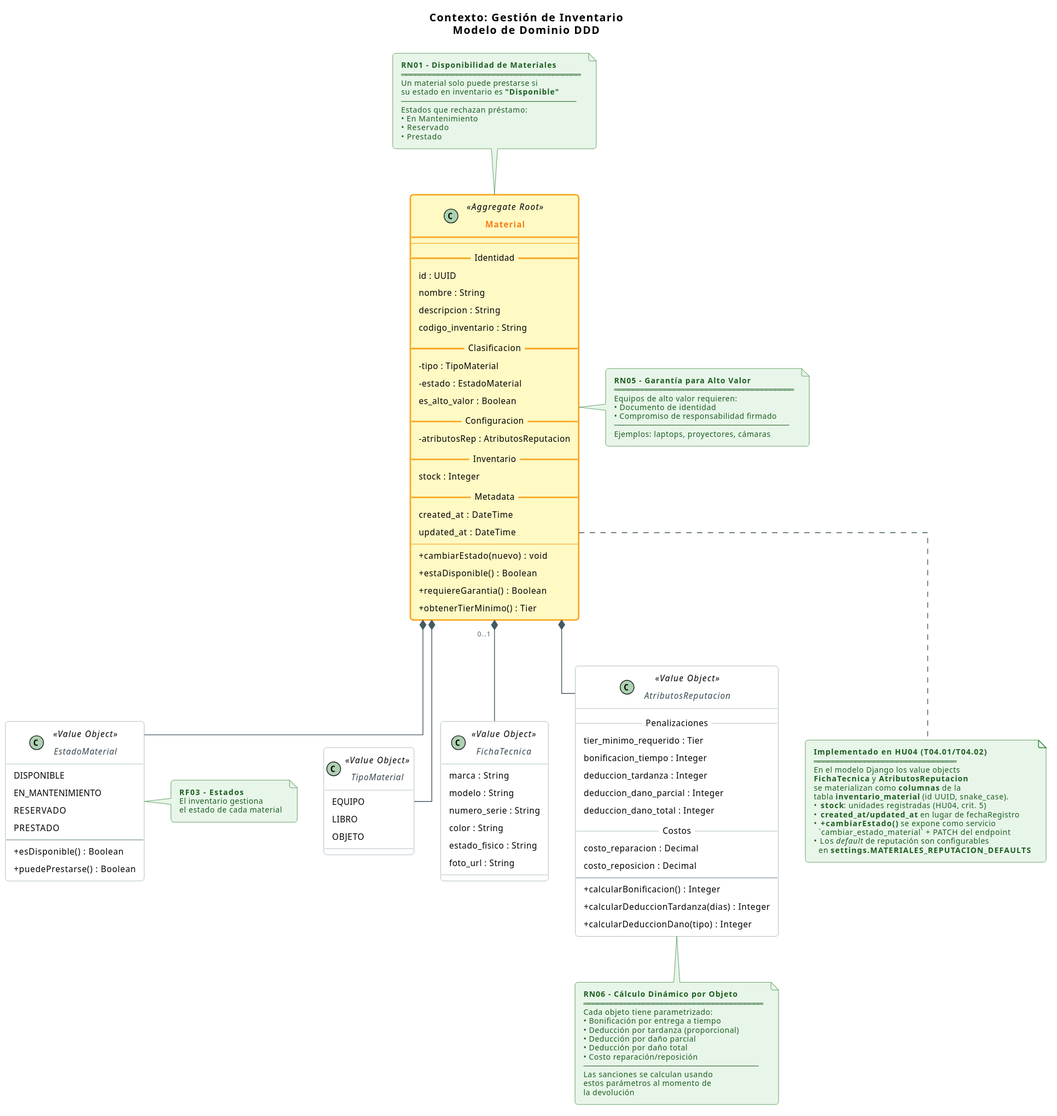
Before: docs/diagrams/ddd_detailed/03-inventario.svg, a diagram exported from PlantUML (Shiar-owo/PrestiCad).
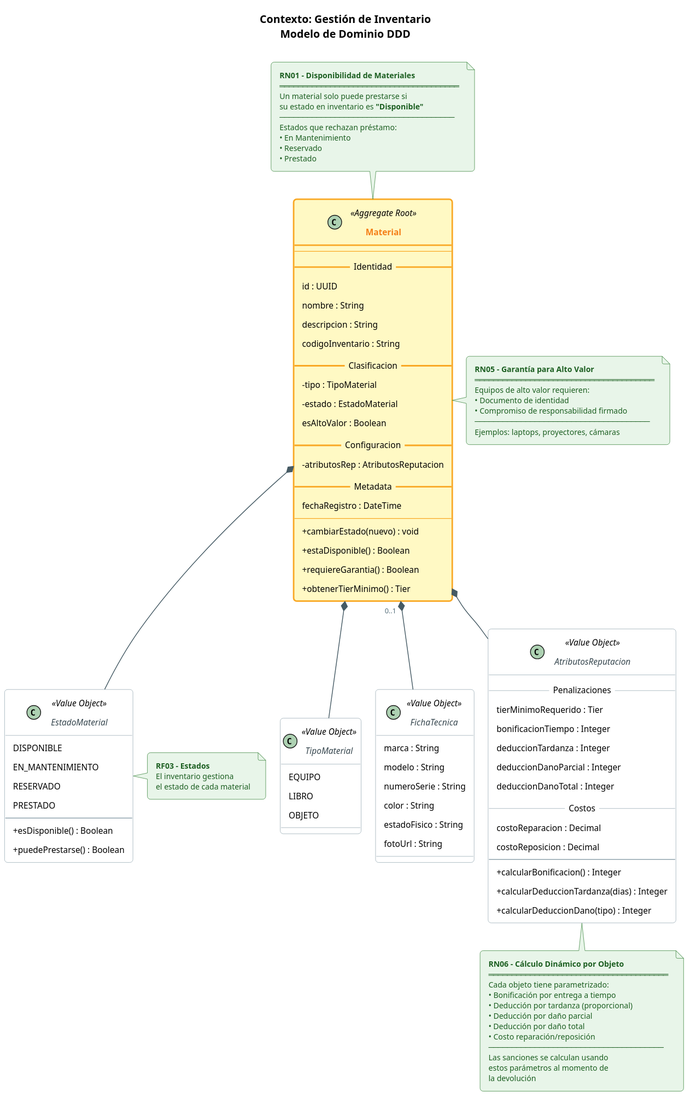
After the commit.

The edit, as a diff of the source:
```diff
@@ -46,18 +46,15 @@
   id : UUID
   nombre : String
   descripcion : String
-  codigo_inventario : String
+  codigoInventario : String
   __ Clasificacion __
   -tipo : TipoMaterial
   -estado : EstadoMaterial
-  es_alto_valor : Boolean
+  esAltoValor : Boolean
   __ Configuracion __
   -atributosRep : AtributosReputacion
-  __ Inventario __
-  stock : Integer
   __ Metadata __
-  created_at : DateTime
-  updated_at : DateTime
+  fechaRegistro : DateTime
   --
   +cambiarEstado(nuevo) : void
   +estaDisponible() : Boolean
@@ -84,22 +81,22 @@
 class FichaTecnica <<Value Object>> {
   marca : String
   modelo : String
-  numero_serie : String
+  numeroSerie : String
   color : String
-  estado_fisico : String
-  foto_url : String
+  estadoFisico : String
+  fotoUrl : String
 }
 
 class AtributosReputacion <<Value Object>> {
   __ Penalizaciones __
-  tier_minimo_requerido : Tier
-  bonificacion_tiempo : Integer
-  deduccion_tardanza : Integer
-  deduccion_dano_parcial : Integer
-  deduccion_dano_total : Integer
+  tierMinimoRequerido : Tier
+  bonificacionTiempo : Integer
+  deduccionTardanza : Integer
+  deduccionDanoParcial : Integer
+  deduccionDanoTotal : Integer
   __ Costos __
-  costo_reparacion : Decimal
-  costo_reposicion : Decimal
+  costoReparacion : Decimal
+  costoReposicion : Decimal
   --
   +calcularBonificacion() : Integer
   +calcularDeduccionTardanza(dias) : Integer
@@ -155,19 +152,4 @@
   El inventario gestiona
   el estado de cada material
 end note
-
-note bottom of Material
-  <b>Implementado en HU04 (T04.01/T04.02)</b>
-  ═══════════════════════════════
-  En el modelo Django los value objects
-  <b>FichaTecnica</b> y <b>AtributosReputacion</b>
-  se materializan como <b>columnas</b> de la
-  tabla <b>inventario_material</b> (id UUID, snake_case).
-  • <b>stock</b>: unidades registradas (HU04, crit. 5)
-  • <b>created_at/updated_at</b> en lugar de fechaRegistro
-  • <b>+cambiarEstado()</b> se expone como servicio
-    `cambiar_estado_material` + PATCH del endpoint
-  • Los <i>default</i> de reputación son configurables
-    en <b>settings.MATERIALES_REPUTACION_DEFAULTS</b>
-end note
 @enduml
```
